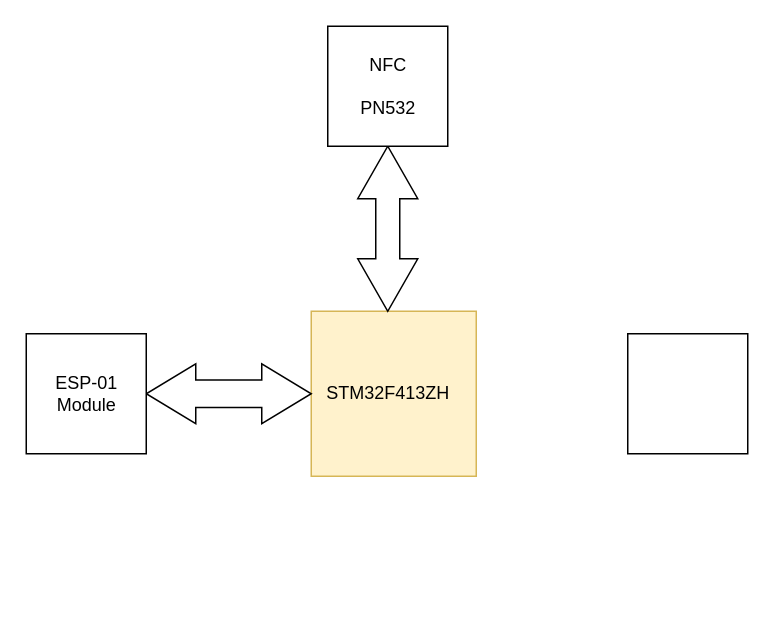
Mazsi04/IOT_okosothon_vezerlo keeps this draw.io diagram as Megnevezetlen diagram.drawio. Above is the earlier version. Source tidied: cells renumbered, new cells numbered last; positions are measured from the earlier drawing's top-left corner, leaving out a move shared by most shapes. Both pictures are drawn from the tidied source at 150%, with x=0, y=0 at pixel (26, 26).
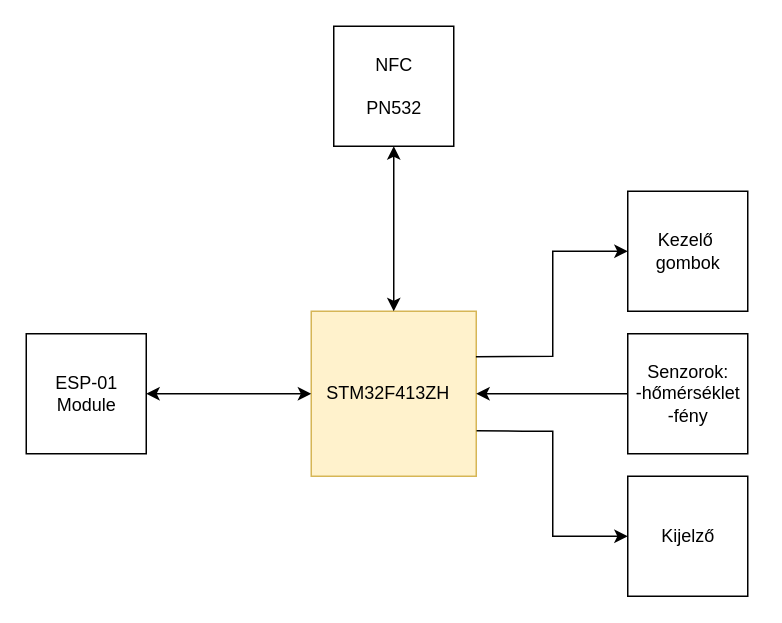
Above is the later version.

The change refers to these unchanged cells:
```xml
<mxCell id="2" style="whiteSpace=wrap;html=1;fillColor=#fff2cc;strokeColor=#d6b656;" parent="1" vertex="1">
  <mxGeometry x="190" y="190" width="110" height="110" as="geometry" />
</mxCell>
<mxCell id="8" style="whiteSpace=wrap;html=1;" parent="1" vertex="1">
  <mxGeometry y="205" width="80" height="80" as="geometry" />
</mxCell>
```

Diff of the diagram source:
```diff
@@
-    <mxCell id="3" style="html=1;shadow=0;dashed=0;align=center;verticalAlign=middle;shape=mxgraph.arrows2.twoWayArrow;dy=0.6;dx=35;rotation=-90;" parent="1" vertex="1">
-      <mxGeometry x="186" y="115" width="110" height="40" as="geometry" />
-    </mxCell>
-    <mxCell id="4" style="html=1;shadow=0;dashed=0;align=center;verticalAlign=middle;shape=mxgraph.arrows2.twoWayArrow;dy=0.54;dx=33;rotation=-180;" parent="1" vertex="1">
-      <mxGeometry x="80" y="225" width="110" height="40" as="geometry" />
-    </mxCell>
@@
     <mxCell id="6" style="whiteSpace=wrap;html=1;" parent="1" vertex="1">
-      <mxGeometry x="201" width="80" height="80" as="geometry" />
+      <mxGeometry x="205" width="80" height="80" as="geometry" />
     </mxCell>
     <mxCell id="7" value="NFC&lt;div&gt;&lt;br&gt;&lt;div&gt;PN532&lt;/div&gt;&lt;/div&gt;" style="text;html=1;align=center;verticalAlign=middle;strokeColor=none;fillColor=none;" parent="1" vertex="1">
-      <mxGeometry x="211" y="10" width="60" height="60" as="geometry" />
+      <mxGeometry x="215" y="10" width="60" height="60" as="geometry" />
     </mxCell>
@@
     <mxCell id="10" style="whiteSpace=wrap;html=1;" parent="1" vertex="1">
-      <mxGeometry x="401" y="205" width="80" height="80" as="geometry" />
+      <mxGeometry x="401" y="300" width="80" height="80" as="geometry" />
     </mxCell>
+    <mxCell id="11" value="Kijelző" style="text;html=1;align=center;verticalAlign=middle;strokeColor=none;fillColor=none;" parent="1" vertex="1">
+      <mxGeometry x="411" y="325" width="60" height="30" as="geometry" />
+    </mxCell>
+    <mxCell id="12" style="endArrow=classic;html=1;rounded=0;entryX=0;entryY=0.5;entryDx=0;entryDy=0;exitX=1.002;exitY=0.724;exitDx=0;exitDy=0;exitPerimeter=0;" parent="1" edge="1" source="2" target="10">
+      <mxGeometry relative="1" as="geometry">
+        <Array as="points">
+          <mxPoint x="331" y="270" />
+          <mxPoint x="351" y="270" />
+          <mxPoint x="351" y="340" />
+        </Array>
+      </mxGeometry>
+    </mxCell>
+    <mxCell id="13" style="endArrow=classic;startArrow=classic;html=1;rounded=0;exitX=1;exitY=0.5;exitDx=0;exitDy=0;entryX=0;entryY=0.5;entryDx=0;entryDy=0;" parent="1" edge="1" source="8" target="2">
+      <mxGeometry relative="1" as="geometry" />
+    </mxCell>
+    <mxCell id="14" style="endArrow=classic;startArrow=classic;html=1;rounded=0;exitX=0.5;exitY=0;exitDx=0;exitDy=0;entryX=0.5;entryY=1;entryDx=0;entryDy=0;" parent="1" edge="1" source="2" target="6">
+      <mxGeometry relative="1" as="geometry" />
+    </mxCell>
+    <mxCell id="15" style="whiteSpace=wrap;html=1;" parent="1" vertex="1">
+      <mxGeometry x="401" y="205" width="80" height="80" as="geometry" />
+    </mxCell>
+    <mxCell id="16" style="whiteSpace=wrap;html=1;" parent="1" vertex="1">
+      <mxGeometry x="401" y="110" width="80" height="80" as="geometry" />
+    </mxCell>
+    <mxCell id="17" value="Senzorok:&lt;div&gt;-hőmérséklet&lt;/div&gt;&lt;div&gt;-fény&lt;/div&gt;" style="text;html=1;align=center;verticalAlign=middle;strokeColor=none;fillColor=none;" parent="1" vertex="1">
+      <mxGeometry x="396" y="215" width="90" height="60" as="geometry" />
+    </mxCell>
+    <mxCell id="18" style="endArrow=classic;html=1;rounded=0;entryX=0;entryY=0.5;entryDx=0;entryDy=0;exitX=0.998;exitY=0.275;exitDx=0;exitDy=0;exitPerimeter=0;" parent="1" edge="1" source="2" target="16">
+      <mxGeometry relative="1" as="geometry">
+        <Array as="points">
+          <mxPoint x="351" y="220" />
+          <mxPoint x="351" y="150" />
+        </Array>
+      </mxGeometry>
+    </mxCell>
+    <mxCell id="19" value="Kezelő&amp;nbsp;&lt;div&gt;gombok&lt;/div&gt;" style="text;html=1;align=center;verticalAlign=middle;strokeColor=none;fillColor=none;" parent="1" vertex="1">
+      <mxGeometry x="406" y="130" width="70" height="40" as="geometry" />
+    </mxCell>
+    <mxCell id="20" style="edgeStyle=orthogonalEdgeStyle;rounded=0;orthogonalLoop=1;jettySize=auto;html=1;exitX=0.5;exitY=1;exitDx=0;exitDy=0;" parent="1" edge="1" source="16" target="16">
+      <mxGeometry relative="1" as="geometry" />
+    </mxCell>
+    <mxCell id="21" style="endArrow=classic;html=1;rounded=0;exitX=0;exitY=0.5;exitDx=0;exitDy=0;entryX=1;entryY=0.5;entryDx=0;entryDy=0;" parent="1" edge="1" source="15" target="2">
+      <mxGeometry relative="1" as="geometry" />
+    </mxCell>
```
